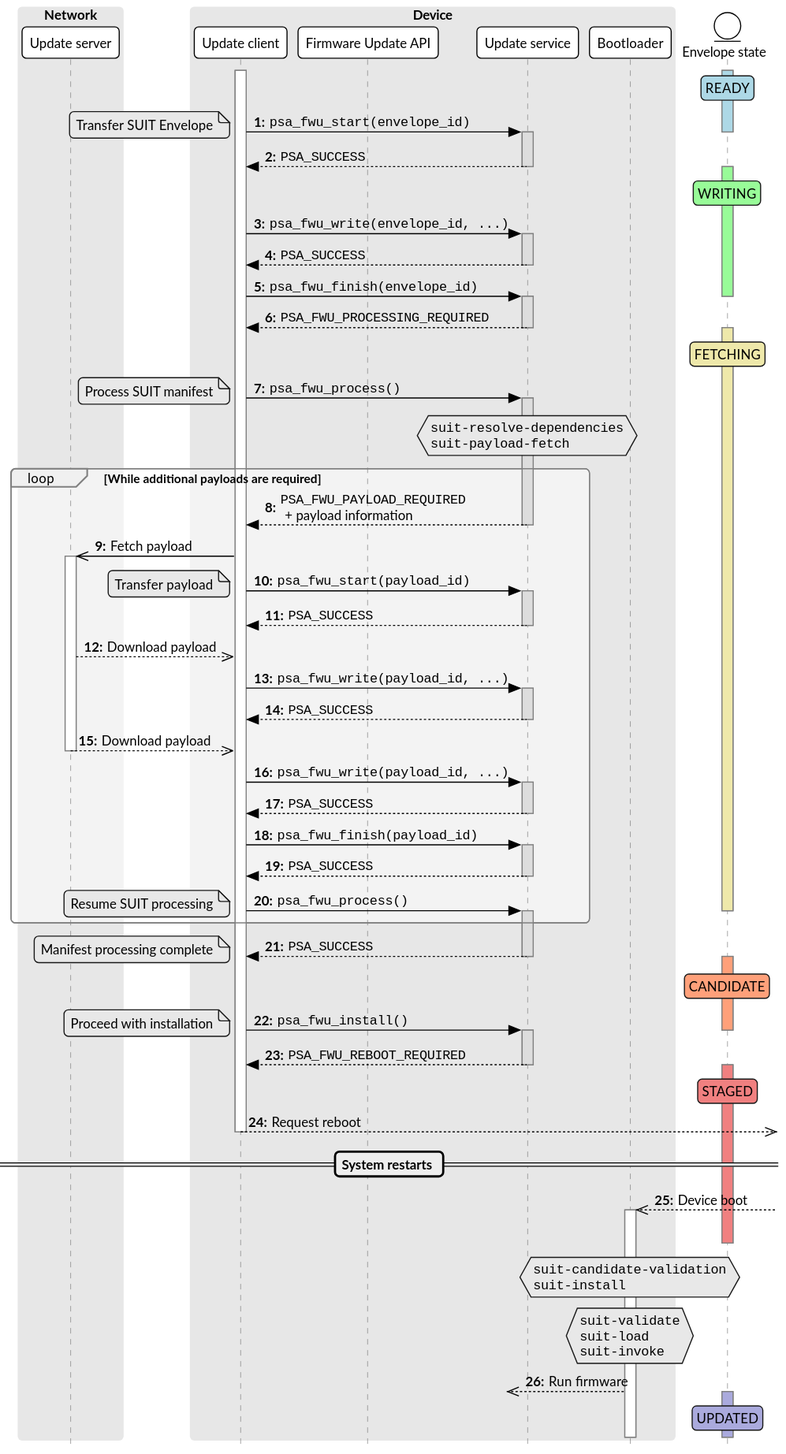
The PlantUML diagram design/rfc-01-fwu-suit/fetch-sequence.svg in ARM-software/psa-api, before a commit. Its source is kept beside it as design/rfc-01-fwu-suit/fetch-sequence.puml.
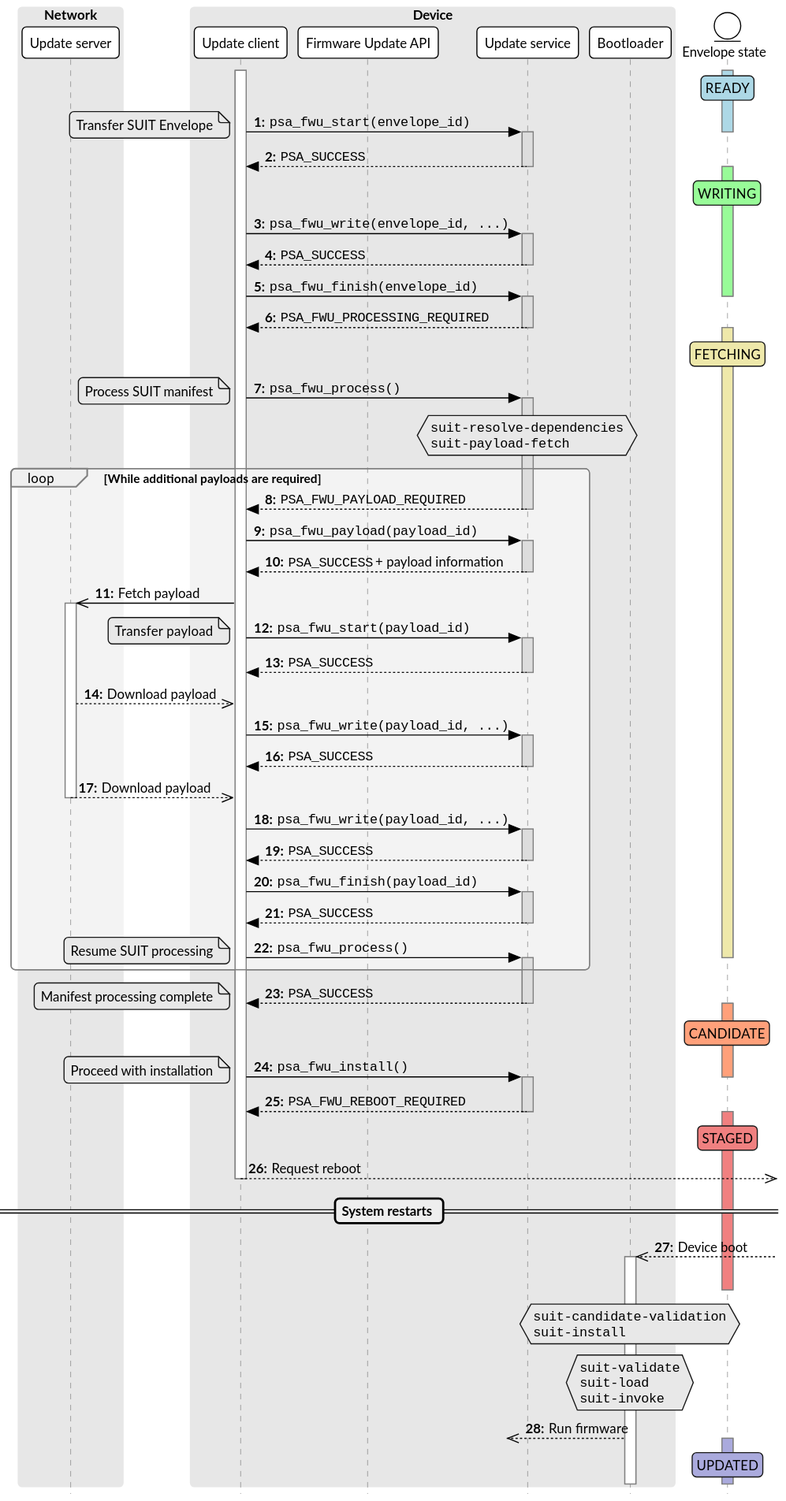
After the commit.

The edit, as a diff of the source:
```diff
@@ -50,7 +50,12 @@
 activate service #ddd
 
 loop While additional payloads are required
-    return ""PSA_FWU_PAYLOAD_REQUIRED""\n  + payload information
+    return ""PSA_FWU_PAYLOAD_REQUIRED""
+    deactivate service
+
+    client -> service: ""psa_fwu_payload(payload_id)""
+    activate service #ddd
+    return ""PSA_SUCCESS"" + payload information
     deactivate service
 
     server <<- client ++ : Fetch payload
```
